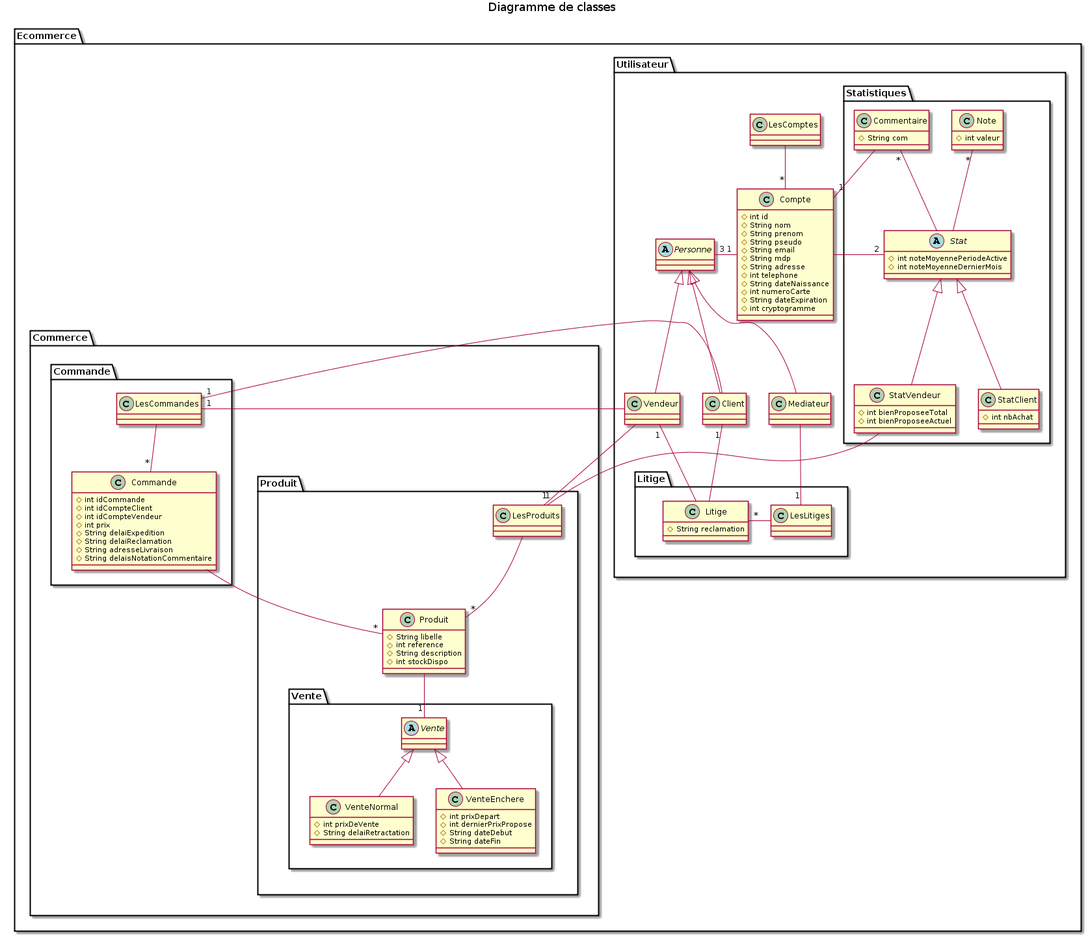
Before: Conception/DiagClass/DiagClass.png, a diagram exported from PlantUML (Moinketroa/Ebayz). The source it was exported from:
```plantuml
@startuml
title Diagramme de classes

package Ecommerce{

    package Utilisateur{

        abstract Personne

        class Client

        class Vendeur

        class Mediateur

        class LesComptes

        class Compte{
        #int id
        #String nom
        #String prenom
        #String pseudo
        #String email
        #String mdp
        #String adresse
        #int telephone
        #String dateNaissance
        #int numeroCarte
        #String dateExpiration
        #int cryptogramme
        }

        package Statistiques{

            abstract Stat{
                #int noteMoyennePeriodeActive
                #int noteMoyenneDernierMois
            }

            class StatVendeur{
                #int bienProposeeTotal
                #int bienProposeeActuel
            }

            class StatClient{
                #int nbAchat
            }

            class Note{
                #int valeur
            }

            class Commentaire{
                #String com
            }

            Stat <|-- StatVendeur
            Stat <|-- StatClient
            Stat -up-"*" Note
            Stat -up-"*" Commentaire
        }

        package Litige{

            class Litige{
                #String reclamation
            }

            class LesLitiges

            LesLitiges -right-"*"Litige
        }

        LesComptes --"*" Compte

        Personne <|-down- Client
        Personne <|-down- Vendeur
        Personne <|-down- Mediateur
        Personne "3"-right-"1" Compte

        Mediateur-down-"1"LesLitiges
        Litige-up-"1"Client
        Litige-up-"1"Vendeur

        Commentaire --"1" Compte
        Compte --"2" Stat
    }

    Package Commerce{

        package Produit{
            class Produit{
                #String libelle
                #int reference
		#String description
                #int stockDispo
            }

            class LesProduits

            package Vente {
                abstract Vente

                class VenteNormal{
                    #int prixDeVente
                    #String delaiRetractation
                }

                class VenteEnchere{
                    #int prixDepart
                    #int dernierPrixPropose
		    #String dateDebut
                    #String dateFin
                }

                Vente <|-- VenteNormal
                Vente <|-- VenteEnchere
            }

            LesProduits --"*" Produit
            Produit --"1" Vente
        }

        package Commande{
            class LesCommandes

            class Commande{
        #int idCommande
        #int idCompteClient
        #int idCompteVendeur
        #int prix
        #String delaiExpedition
        #String delaiReclamation
        #String adresseLivraison
        #String delaisNotationCommentaire
            }

            LesCommandes --"*" Commande
	    Commande --"*"Produit
        }
    }

    LesCommandes "1"-- Vendeur
    LesProduits "1"-- Vendeur
    Client -- "1" LesCommandes
    StatVendeur -- "1" LesProduits

}
@enduml
```
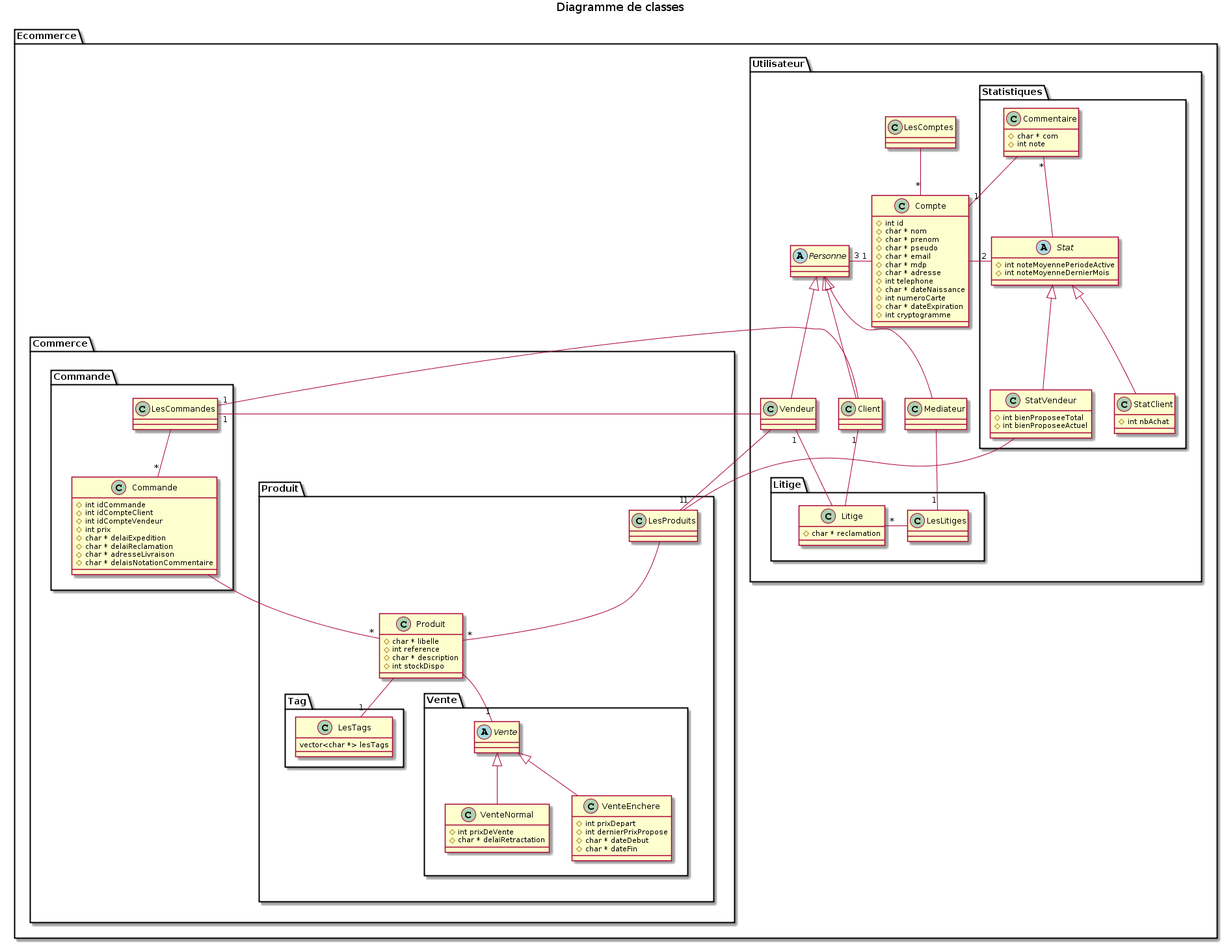
After the commit.

Commit message:
Mise en place du systeme de tag et ajout d\'un essai de singleton pour LesTags qui serait a refaire pour LesProduits

What changed in the source:
```diff
@@ -17,16 +17,16 @@
 
         class Compte{
         #int id
-        #String nom
-        #String prenom
-        #String pseudo
-        #String email
-        #String mdp
-        #String adresse
+        #char * nom
+        #char * prenom
+        #char * pseudo
+        #char * email
+        #char * mdp
+        #char * adresse
         #int telephone
-        #String dateNaissance
+        #char * dateNaissance
         #int numeroCarte
-        #String dateExpiration
+        #char * dateExpiration
         #int cryptogramme
         }
 
@@ -46,24 +46,20 @@
                 #int nbAchat
             }
 
-            class Note{
-                #int valeur
-            }
-
             class Commentaire{
-                #String com
+                #char * com
+                #int note
             }
 
             Stat <|-- StatVendeur
             Stat <|-- StatClient
-            Stat -up-"*" Note
             Stat -up-"*" Commentaire
         }
 
         package Litige{
 
             class Litige{
-                #String reclamation
+                #char * reclamation
             }
 
             class LesLitiges
@@ -90,9 +86,9 @@
 
         package Produit{
             class Produit{
-                #String libelle
+                #char * libelle
                 #int reference
-		#String description
+		#char * description
                 #int stockDispo
             }
 
@@ -103,36 +99,43 @@
 
                 class VenteNormal{
                     #int prixDeVente
-                    #String delaiRetractation
+                    #char * delaiRetractation
                 }
 
                 class VenteEnchere{
                     #int prixDepart
                     #int dernierPrixPropose
-		    #String dateDebut
-                    #String dateFin
+		    #char * dateDebut
+                    #char * dateFin
                 }
 
                 Vente <|-- VenteNormal
                 Vente <|-- VenteEnchere
             }
 
+            package Tag {
+                class LesTags{
+                    vector<char *> lesTags
+                }
+            }
+
             LesProduits --"*" Produit
             Produit --"1" Vente
+            Produit -right-"1" LesTags
         }
 
         package Commande{
             class LesCommandes
 
             class Commande{
-        #int idCommande
-        #int idCompteClient
-        #int idCompteVendeur
-        #int prix
-        #String delaiExpedition
-        #String delaiReclamation
-        #String adresseLivraison
-        #String delaisNotationCommentaire
+                #int idCommande
+                #int idCompteClient
+                #int idCompteVendeur
+                #int prix
+                #char * delaiExpedition
+                #char * delaiReclamation
+                #char * adresseLivraison
+                #char * delaisNotationCommentaire
             }
 
             LesCommandes --"*" Commande
```
